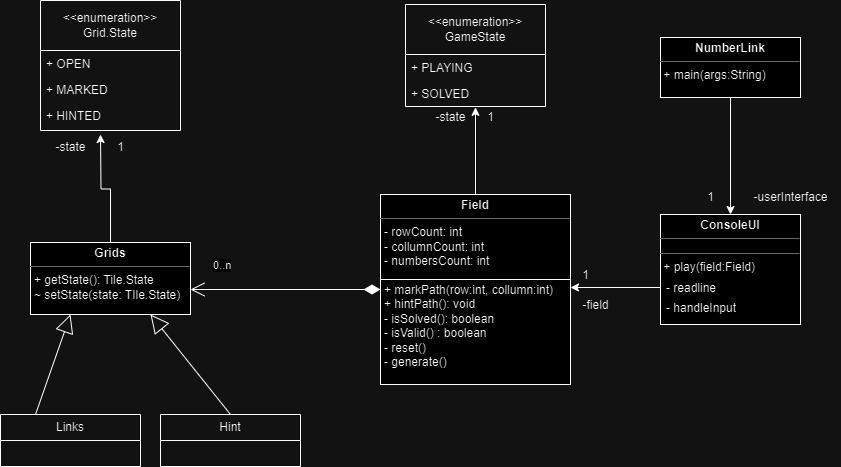
Earlier version of the draw.io export diagrams/diagramTried.png (lucius870/Numberlink). Source tidied: cells renumbered, new cells last; positions are measured from the earlier drawing's top-left corner, leaving out a move shared by most shapes.
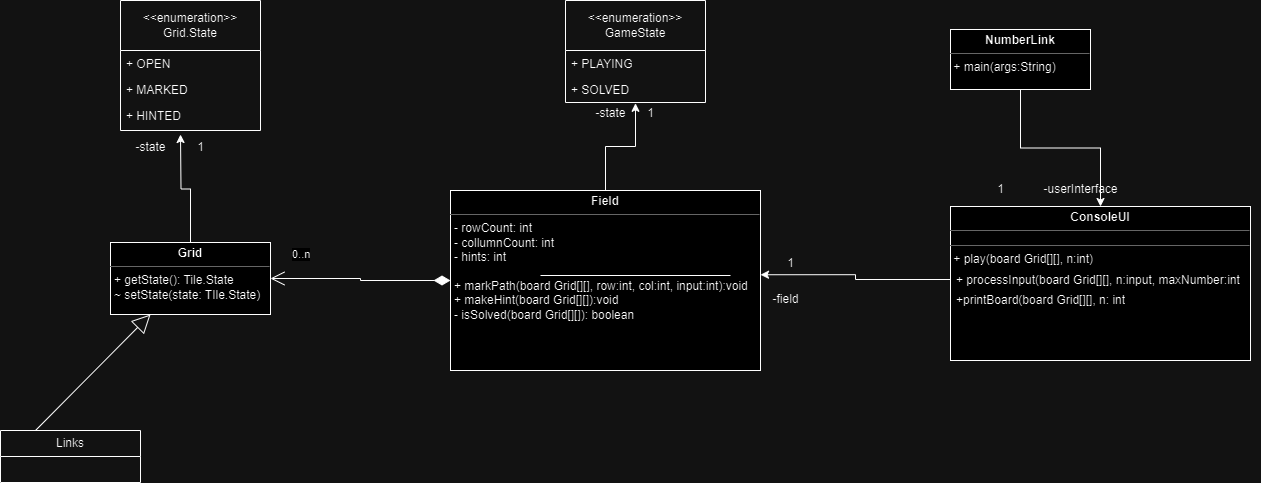
Later version of the same file.

The edit, as a diff of the source:
```diff
@@ -3,10 +3,10 @@
     <mxCell id="0" />
     <mxCell id="1" parent="0" />
     <mxCell id="2" style="group;" parent="1" vertex="1">
-      <mxGeometry x="380" y="194" width="190" height="190" as="geometry" />
+      <mxGeometry x="380" y="194" width="230" height="190" as="geometry" />
     </mxCell>
-    <mxCell id="3" value="&lt;p style=&quot;margin:0px;margin-top:4px;text-align:center;&quot;&gt;&lt;b&gt;Field&lt;/b&gt;&lt;/p&gt;&lt;hr size=&quot;1&quot;&gt;&lt;p style=&quot;margin:0px;margin-left:4px;&quot;&gt;- rowCount: int&lt;/p&gt;&lt;p style=&quot;margin:0px;margin-left:4px;&quot;&gt;- collumnCount: int&lt;/p&gt;&lt;p style=&quot;margin:0px;margin-left:4px;&quot;&gt;- numbersCount: int&amp;nbsp;&lt;/p&gt;&lt;p style=&quot;margin:0px;margin-left:4px;&quot;&gt;&lt;br&gt;&lt;/p&gt;&lt;p style=&quot;margin:0px;margin-left:4px;&quot;&gt;&lt;span style=&quot;background-color: initial;&quot;&gt;+ markPath(row:int, collumn:int)&lt;/span&gt;&lt;/p&gt;&lt;p style=&quot;margin:0px;margin-left:4px;&quot;&gt;+ hintPath(): void&lt;/p&gt;&lt;p style=&quot;margin:0px;margin-left:4px;&quot;&gt;- isSolved(): boolean&lt;/p&gt;&lt;p style=&quot;margin:0px;margin-left:4px;&quot;&gt;- isValid() : boolean&lt;/p&gt;&lt;p style=&quot;margin:0px;margin-left:4px;&quot;&gt;- reset()&lt;/p&gt;&lt;p style=&quot;margin:0px;margin-left:4px;&quot;&gt;- generate()&lt;/p&gt;&lt;p style=&quot;margin:0px;margin-left:4px;&quot;&gt;&lt;br&gt;&lt;/p&gt;&lt;p style=&quot;margin:0px;margin-left:4px;&quot;&gt;&lt;br&gt;&lt;/p&gt;" style="verticalAlign=top;align=left;overflow=fill;html=1;whiteSpace=wrap;" parent="2" vertex="1">
-      <mxGeometry width="190" height="190" as="geometry" />
+    <mxCell id="3" value="&lt;p style=&quot;margin:0px;margin-top:4px;text-align:center;&quot;&gt;&lt;b&gt;Field&lt;/b&gt;&lt;/p&gt;&lt;hr size=&quot;1&quot;&gt;&lt;p style=&quot;margin:0px;margin-left:4px;&quot;&gt;- rowCount: int&lt;/p&gt;&lt;p style=&quot;margin:0px;margin-left:4px;&quot;&gt;- collumnCount: int&lt;/p&gt;&lt;p style=&quot;margin:0px;margin-left:4px;&quot;&gt;- hints: int&amp;nbsp;&lt;/p&gt;&lt;p style=&quot;margin:0px;margin-left:4px;&quot;&gt;&lt;br&gt;&lt;/p&gt;&lt;p style=&quot;margin:0px;margin-left:4px;&quot;&gt;&lt;span style=&quot;background-color: initial;&quot;&gt;+ markPath(board Grid[][], row:int, col:int, input:int):void&lt;/span&gt;&lt;/p&gt;&lt;p style=&quot;margin:0px;margin-left:4px;&quot;&gt;+ makeHint(board Grid[][]):void&lt;/p&gt;&lt;p style=&quot;margin:0px;margin-left:4px;&quot;&gt;- isSolved(board Grid[][]): boolean&lt;/p&gt;&lt;p style=&quot;margin:0px;margin-left:4px;&quot;&gt;&lt;br&gt;&lt;/p&gt;" style="verticalAlign=top;align=left;overflow=fill;html=1;whiteSpace=wrap;" parent="2" vertex="1">
+      <mxGeometry x="-90" width="310" height="180" as="geometry" />
     </mxCell>
     <mxCell id="4" style="line;strokeWidth=1;dashed=0;labelPosition=right;align=left;verticalAlign=middle;spacingTop=0;spacingLeft=6;" parent="2" vertex="1">
       <mxGeometry y="80" width="190" height="10" as="geometry" />
@@ -33,50 +33,40 @@
       <mxGeometry relative="1" as="geometry" />
     </mxCell>
     <mxCell id="12" value="&lt;p style=&quot;margin:0px;margin-top:4px;text-align:center;&quot;&gt;&lt;b&gt;NumberLink&lt;/b&gt;&lt;/p&gt;&lt;hr size=&quot;1&quot;&gt;&lt;div style=&quot;height:2px;&quot;&gt;&amp;nbsp;+ main(args:String)&lt;/div&gt;" style="verticalAlign=top;align=left;overflow=fill;html=1;whiteSpace=wrap;" parent="1" vertex="1">
-      <mxGeometry x="660" y="37" width="140" height="60" as="geometry" />
+      <mxGeometry x="790" y="33" width="140" height="60" as="geometry" />
     </mxCell>
-    <mxCell id="13" value="&lt;p style=&quot;margin:0px;margin-top:4px;text-align:center;&quot;&gt;&lt;b&gt;ConsoleUI&lt;/b&gt;&lt;/p&gt;&lt;hr size=&quot;1&quot;&gt;&lt;div style=&quot;height:2px;&quot;&gt;&lt;/div&gt;&lt;hr size=&quot;1&quot;&gt;&lt;div style=&quot;height:2px;&quot;&gt;&amp;nbsp;+ play(field:Field&lt;span style=&quot;background-color: initial;&quot;&gt;)&lt;/span&gt;&lt;/div&gt;&lt;div style=&quot;height:2px;&quot;&gt;&lt;span style=&quot;background-color: initial;&quot;&gt;&lt;br&gt;&lt;/span&gt;&lt;/div&gt;&lt;div style=&quot;height:2px;&quot;&gt;&lt;br&gt;&lt;/div&gt;" style="verticalAlign=top;align=left;overflow=fill;html=1;whiteSpace=wrap;" parent="1" vertex="1">
-      <mxGeometry x="660" y="214" width="140" height="110" as="geometry" />
+    <mxCell id="13" value="&lt;p style=&quot;margin:0px;margin-top:4px;text-align:center;&quot;&gt;&lt;b&gt;ConsoleUI&lt;/b&gt;&lt;/p&gt;&lt;hr size=&quot;1&quot;&gt;&lt;div style=&quot;height:2px;&quot;&gt;&lt;/div&gt;&lt;hr size=&quot;1&quot;&gt;&lt;div style=&quot;height:2px;&quot;&gt;&amp;nbsp;+ play(board Grid[][], n:int&lt;span style=&quot;background-color: initial;&quot;&gt;)&lt;/span&gt;&lt;/div&gt;&lt;div style=&quot;height:2px;&quot;&gt;&lt;span style=&quot;background-color: initial;&quot;&gt;&lt;br&gt;&lt;/span&gt;&lt;/div&gt;&lt;div style=&quot;height:2px;&quot;&gt;&lt;br&gt;&lt;/div&gt;" style="verticalAlign=top;align=left;overflow=fill;html=1;whiteSpace=wrap;" parent="1" vertex="1">
+      <mxGeometry x="790" y="210" width="300" height="154" as="geometry" />
     </mxCell>
-    <mxCell id="14" style="edgeStyle=orthogonalEdgeStyle;rounded=0;jettySize=auto;html=1;exitX=0;exitY=0.5;exitDx=0;exitDy=0;" parent="1" edge="1" source="15">
-      <mxGeometry relative="1" as="geometry">
-        <mxPoint x="570" y="287" as="targetPoint" />
-      </mxGeometry>
-    </mxCell>
-    <mxCell id="15" value="- readline" style="text;strokeColor=none;fillColor=none;align=left;verticalAlign=top;spacingLeft=4;spacingRight=4;overflow=hidden;points=[[0,0.5],[1,0.5]];portConstraint=eastwest;whiteSpace=wrap;html=1;" parent="1" vertex="1">
-      <mxGeometry x="660" y="274" width="140" height="26" as="geometry" />
+    <mxCell id="15" value="+ processInput(board Grid[][], n:input, maxNumber:int" style="text;strokeColor=none;fillColor=none;align=left;verticalAlign=top;spacingLeft=4;spacingRight=4;overflow=hidden;points=[[0,0.5],[1,0.5]];portConstraint=eastwest;whiteSpace=wrap;html=1;" parent="1" vertex="1">
+      <mxGeometry x="790" y="270" width="310" height="26" as="geometry" />
     </mxCell>
-    <mxCell id="16" value="- handleInput" style="text;strokeColor=none;fillColor=none;align=left;verticalAlign=top;spacingLeft=4;spacingRight=4;overflow=hidden;whiteSpace=wrap;html=1;" parent="1" vertex="1">
-      <mxGeometry x="660" y="294" width="140" height="26" as="geometry" />
+    <mxCell id="16" value="+printBoard(board Grid[][], n: int" style="text;strokeColor=none;fillColor=none;align=left;verticalAlign=top;spacingLeft=4;spacingRight=4;overflow=hidden;whiteSpace=wrap;html=1;" parent="1" vertex="1">
+      <mxGeometry x="790" y="290" width="290" height="26" as="geometry" />
     </mxCell>
     <mxCell id="17" value="-field" style="text;html=1;align=center;verticalAlign=middle;strokeColor=none;fillColor=none;" parent="1" vertex="1">
-      <mxGeometry x="570" y="290" width="50" height="30" as="geometry" />
+      <mxGeometry x="600" y="288" width="50" height="30" as="geometry" />
     </mxCell>
-    <mxCell id="18" value="1" style="text;html=1;align=center;verticalAlign=middle;strokeColor=none;fillColor=none;" parent="1" vertex="1">
-      <mxGeometry x="570" y="260" width="30" height="30" as="geometry" />
-    </mxCell>
     <mxCell id="19" value="1" style="text;html=1;align=center;verticalAlign=middle;strokeColor=none;fillColor=none;" parent="1" vertex="1">
-      <mxGeometry x="695" y="182" width="30" height="30" as="geometry" />
+      <mxGeometry x="825" y="178" width="30" height="30" as="geometry" />
     </mxCell>
     <mxCell id="20" value="-userInterface" style="text;html=1;align=center;verticalAlign=middle;strokeColor=none;fillColor=none;" parent="1" vertex="1">
-      <mxGeometry x="740" y="182" width="100" height="30" as="geometry" />
+      <mxGeometry x="870" y="178" width="100" height="30" as="geometry" />
     </mxCell>
-    <mxCell id="21" value="0..n" style="endArrow=open;html=1;endSize=12;startArrow=diamondThin;startSize=14;startFill=1;edgeStyle=orthogonalEdgeStyle;align=left;verticalAlign=bottom;rounded=0;exitX=0;exitY=0.5;exitDx=0;exitDy=0;" parent="1" edge="1" source="3">
-      <mxGeometry x="0.79" y="-15" relative="1" as="geometry">
-        <mxPoint x="190" y="289" as="targetPoint" />
-      </mxGeometry>
+    <mxCell id="21" value="0..n" style="endArrow=open;html=1;endSize=12;startArrow=diamondThin;startSize=14;startFill=1;edgeStyle=orthogonalEdgeStyle;align=left;verticalAlign=bottom;rounded=0;exitX=0;exitY=0.5;exitDx=0;exitDy=0;entryX=1;entryY=0.5;entryDx=0;entryDy=0;" parent="1" edge="1" source="3" target="22">
+      <mxGeometry x="0.79" y="-15" relative="1" as="geometry" />
     </mxCell>
-    <mxCell id="22" value="&lt;p style=&quot;margin:0px;margin-top:4px;text-align:center;&quot;&gt;&lt;b&gt;Grids&lt;/b&gt;&lt;/p&gt;&lt;hr size=&quot;1&quot;&gt;&lt;p style=&quot;margin:0px;margin-left:4px;&quot;&gt;+ getState(): Tile.State&lt;/p&gt;&lt;p style=&quot;margin:0px;margin-left:4px;&quot;&gt;~ setState(state: TIle.State)&lt;/p&gt;&lt;p style=&quot;margin:0px;margin-left:4px;&quot;&gt;&lt;br&gt;&lt;/p&gt;" style="verticalAlign=top;align=left;overflow=fill;html=1;whiteSpace=wrap;" parent="1" vertex="1">
-      <mxGeometry x="30" y="242" width="160" height="72" as="geometry" />
+    <mxCell id="22" value="&lt;p style=&quot;margin:0px;margin-top:4px;text-align:center;&quot;&gt;&lt;b&gt;Grid&lt;/b&gt;&lt;/p&gt;&lt;hr size=&quot;1&quot;&gt;&lt;p style=&quot;margin:0px;margin-left:4px;&quot;&gt;+ getState(): Tile.State&lt;/p&gt;&lt;p style=&quot;margin:0px;margin-left:4px;&quot;&gt;~ setState(state: TIle.State)&lt;/p&gt;&lt;p style=&quot;margin:0px;margin-left:4px;&quot;&gt;&lt;br&gt;&lt;/p&gt;" style="verticalAlign=top;align=left;overflow=fill;html=1;whiteSpace=wrap;" parent="1" vertex="1">
+      <mxGeometry x="-50" y="246" width="160" height="72" as="geometry" />
     </mxCell>
     <mxCell id="23" style="endArrow=block;endSize=16;endFill=0;html=1;rounded=0;entryX=0.25;entryY=1;entryDx=0;entryDy=0;exitX=0.25;exitY=0;exitDx=0;exitDy=0;" parent="1" edge="1" source="24" target="22">
       <mxGeometry y="-40" relative="1" as="geometry" />
     </mxCell>
     <mxCell id="24" value="Links" style="swimlane;fontStyle=0;horizontal=1;startSize=26;fillColor=none;whiteSpace=wrap;html=1;" parent="1" vertex="1">
-      <mxGeometry y="414" width="140" height="52" as="geometry" />
+      <mxGeometry x="-160" y="434" width="140" height="52" as="geometry" />
     </mxCell>
     <mxCell id="25" value="&amp;lt;&amp;lt;enumeration&amp;gt;&amp;gt;&lt;br&gt;Grid.State" style="swimlane;fontStyle=0;horizontal=1;startSize=50;fillColor=none;whiteSpace=wrap;html=1;" parent="1" vertex="1">
-      <mxGeometry x="40" width="140" height="130" as="geometry" />
+      <mxGeometry x="-40" y="4" width="140" height="130" as="geometry" />
     </mxCell>
     <mxCell id="26" value="+ OPEN" style="text;strokeColor=none;fillColor=none;align=left;verticalAlign=top;spacingLeft=4;spacingRight=4;overflow=hidden;whiteSpace=wrap;html=1;" parent="25" vertex="1">
       <mxGeometry y="50" width="140" height="26" as="geometry" />
@@ -86,23 +76,23 @@
     </mxCell>
     <mxCell id="28" style="edgeStyle=orthogonalEdgeStyle;rounded=0;jettySize=auto;html=1;exitX=0.5;exitY=0;exitDx=0;exitDy=0;" parent="1" edge="1" source="22">
       <mxGeometry relative="1" as="geometry">
-        <mxPoint x="100" y="134" as="targetPoint" />
+        <mxPoint x="20" y="138" as="targetPoint" />
       </mxGeometry>
     </mxCell>
     <mxCell id="29" value="1" style="text;html=1;align=center;verticalAlign=middle;strokeColor=none;fillColor=none;" parent="1" vertex="1">
-      <mxGeometry x="105" y="132" width="30" height="30" as="geometry" />
+      <mxGeometry x="25" y="136" width="30" height="30" as="geometry" />
     </mxCell>
     <mxCell id="30" value="-state" style="text;html=1;align=center;verticalAlign=middle;strokeColor=none;fillColor=none;" parent="1" vertex="1">
-      <mxGeometry x="45" y="132" width="50" height="30" as="geometry" />
+      <mxGeometry x="-35" y="136" width="50" height="30" as="geometry" />
     </mxCell>
-    <mxCell id="31" value="Hint" style="swimlane;fontStyle=0;horizontal=1;startSize=26;fillColor=none;whiteSpace=wrap;html=1;" parent="1" vertex="1">
-      <mxGeometry x="160" y="414" width="140" height="52" as="geometry" />
-    </mxCell>
-    <mxCell id="32" style="endArrow=block;endSize=16;endFill=0;html=1;rounded=0;entryX=0.75;entryY=1;entryDx=0;entryDy=0;exitX=0.5;exitY=0;exitDx=0;exitDy=0;" parent="1" edge="1" source="31" target="22">
-      <mxGeometry y="-40" relative="1" as="geometry" />
-    </mxCell>
     <mxCell id="33" value="+ HINTED" style="text;strokeColor=none;fillColor=none;align=left;verticalAlign=top;spacingLeft=4;spacingRight=4;overflow=hidden;whiteSpace=wrap;html=1;" parent="1" vertex="1">
-      <mxGeometry x="40" y="102" width="140" height="26" as="geometry" />
+      <mxGeometry x="-40" y="106" width="140" height="26" as="geometry" />
     </mxCell>
+    <mxCell id="34" style="edgeStyle=orthogonalEdgeStyle;rounded=0;jettySize=auto;html=1;exitX=0;exitY=0.5;exitDx=0;exitDy=0;entryX=1;entryY=0.468;entryDx=0;entryDy=0;entryPerimeter=0;" parent="1" edge="1" source="15" target="3">
+      <mxGeometry relative="1" as="geometry" />
+    </mxCell>
+    <mxCell id="18" value="1" style="text;html=1;align=center;verticalAlign=middle;strokeColor=none;fillColor=none;" parent="1" vertex="1">
+      <mxGeometry x="615" y="252" width="30" height="30" as="geometry" />
+    </mxCell>
   </root>
 </mxGraphModel>
```
